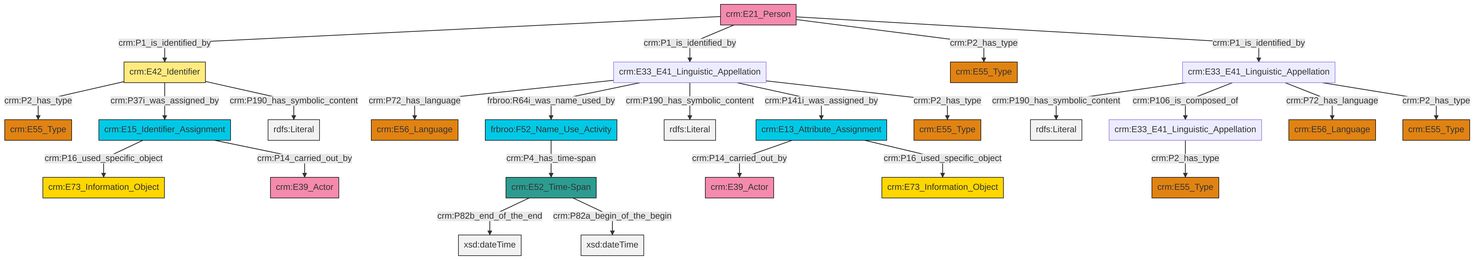
This is et/personCSV/ttl/mmd/png/Person_Names_and_Classification.png from swiss-art-research-net/docs.swissartresearch, a Mermaid export, as it was before one commit. Its source is kept beside it as et/personCSV/ttl/mmd/Person_Names_and_Classification.ttl.mmd.
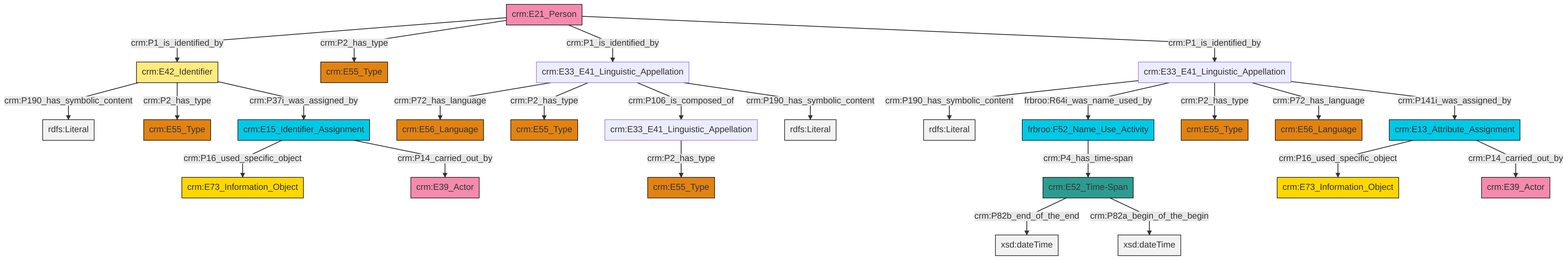
Later version of the same file.

What changed in the source:
```diff
@@ -13,27 +13,27 @@
 classDef PC_Classes fill:#4ce600, stroke:#000000;
 classDef Multi fill:#cccccc,stroke:#000000;
 
-0["crm:E33_E41_Linguistic_Appellation"]:::Default -->|crm:P2_has_type| 2["crm:E55_Type"]:::Type
-7["crm:E33_E41_Linguistic_Appellation"]:::Default -->|crm:P72_has_language| 8["crm:E56_Language"]:::Type
-9["crm:E15_Identifier_Assignment"]:::Temporal_Entity -->|crm:P16_used_specific_object| 10["crm:E73_Information_Object"]:::Conceptual_Object
-11["crm:E42_Identifier"]:::Appellation -->|crm:P2_has_type| 3["crm:E55_Type"]:::Type
-12["crm:E13_Attribute_Assignment"]:::Temporal_Entity -->|crm:P14_carried_out_by| 5["crm:E39_Actor"]:::Actor
-13["crm:E33_E41_Linguistic_Appellation"]:::Default -->|crm:P190_has_symbolic_content| 14[rdfs:Literal]:::Literal
-9["crm:E15_Identifier_Assignment"]:::Temporal_Entity -->|crm:P14_carried_out_by| 17["crm:E39_Actor"]:::Actor
-11["crm:E42_Identifier"]:::Appellation -->|crm:P37i_was_assigned_by| 9["crm:E15_Identifier_Assignment"]:::Temporal_Entity
-12["crm:E13_Attribute_Assignment"]:::Temporal_Entity -->|crm:P16_used_specific_object| 15["crm:E73_Information_Object"]:::Conceptual_Object
-20["crm:E21_Person"]:::Actor -->|crm:P1_is_identified_by| 11["crm:E42_Identifier"]:::Appellation
-7["crm:E33_E41_Linguistic_Appellation"]:::Default -->|frbroo:R64i_was_name_used_by| 21["frbroo:F52_Name_Use_Activity"]:::Temporal_Entity
-20["crm:E21_Person"]:::Actor -->|crm:P1_is_identified_by| 7["crm:E33_E41_Linguistic_Appellation"]:::Default
-20["crm:E21_Person"]:::Actor -->|crm:P2_has_type| 27["crm:E55_Type"]:::Type
-7["crm:E33_E41_Linguistic_Appellation"]:::Default -->|crm:P190_has_symbolic_content| 28[rdfs:Literal]:::Literal
-7["crm:E33_E41_Linguistic_Appellation"]:::Default -->|crm:P141i_was_assigned_by| 12["crm:E13_Attribute_Assignment"]:::Temporal_Entity
-24["crm:E52_Time-Span"]:::Time-Span -->|crm:P82b_end_of_the_end| 31[xsd:dateTime]:::Literal
-20["crm:E21_Person"]:::Actor -->|crm:P1_is_identified_by| 13["crm:E33_E41_Linguistic_Appellation"]:::Default
-11["crm:E42_Identifier"]:::Appellation -->|crm:P190_has_symbolic_content| 39[rdfs:Literal]:::Literal
-13["crm:E33_E41_Linguistic_Appellation"]:::Default -->|crm:P106_is_composed_of| 0["crm:E33_E41_Linguistic_Appellation"]:::Default
-24["crm:E52_Time-Span"]:::Time-Span -->|crm:P82a_begin_of_the_begin| 40[xsd:dateTime]:::Literal
-13["crm:E33_E41_Linguistic_Appellation"]:::Default -->|crm:P72_has_language| 41["crm:E56_Language"]:::Type
-7["crm:E33_E41_Linguistic_Appellation"]:::Default -->|crm:P2_has_type| 34["crm:E55_Type"]:::Type
-13["crm:E33_E41_Linguistic_Appellation"]:::Default -->|crm:P2_has_type| 18["crm:E55_Type"]:::Type
-21["frbroo:F52_Name_Use_Activity"]:::Temporal_Entity -->|crm:P4_has_time-span| 24["crm:E52_Time-Span"]:::Time-Span
+2["crm:E33_E41_Linguistic_Appellation"]:::Default -->|crm:P190_has_symbolic_content| 3[rdfs:Literal]:::Literal
+9["crm:E52_Time-Span"]:::Time-Span -->|crm:P82b_end_of_the_end| 10[xsd:dateTime]:::Literal
+5["crm:E33_E41_Linguistic_Appellation"]:::Default -->|crm:P2_has_type| 11["crm:E55_Type"]:::Type
+7["crm:E21_Person"]:::Actor -->|crm:P1_is_identified_by| 14["crm:E42_Identifier"]:::Appellation
+15["crm:E33_E41_Linguistic_Appellation"]:::Default -->|crm:P72_has_language| 16["crm:E56_Language"]:::Type
+18["frbroo:F52_Name_Use_Activity"]:::Temporal_Entity -->|crm:P4_has_time-span| 9["crm:E52_Time-Span"]:::Time-Span
+2["crm:E33_E41_Linguistic_Appellation"]:::Default -->|frbroo:R64i_was_name_used_by| 18["frbroo:F52_Name_Use_Activity"]:::Temporal_Entity
+14["crm:E42_Identifier"]:::Appellation -->|crm:P190_has_symbolic_content| 26[rdfs:Literal]:::Literal
+14["crm:E42_Identifier"]:::Appellation -->|crm:P2_has_type| 19["crm:E55_Type"]:::Type
+7["crm:E21_Person"]:::Actor -->|crm:P2_has_type| 27["crm:E55_Type"]:::Type
+15["crm:E33_E41_Linguistic_Appellation"]:::Default -->|crm:P2_has_type| 28["crm:E55_Type"]:::Type
+15["crm:E33_E41_Linguistic_Appellation"]:::Default -->|crm:P106_is_composed_of| 5["crm:E33_E41_Linguistic_Appellation"]:::Default
+7["crm:E21_Person"]:::Actor -->|crm:P1_is_identified_by| 15["crm:E33_E41_Linguistic_Appellation"]:::Default
+2["crm:E33_E41_Linguistic_Appellation"]:::Default -->|crm:P2_has_type| 12["crm:E55_Type"]:::Type
+14["crm:E42_Identifier"]:::Appellation -->|crm:P37i_was_assigned_by| 29["crm:E15_Identifier_Assignment"]:::Temporal_Entity
+9["crm:E52_Time-Span"]:::Time-Span -->|crm:P82a_begin_of_the_begin| 31[xsd:dateTime]:::Literal
+29["crm:E15_Identifier_Assignment"]:::Temporal_Entity -->|crm:P16_used_specific_object| 34["crm:E73_Information_Object"]:::Conceptual_Object
+2["crm:E33_E41_Linguistic_Appellation"]:::Default -->|crm:P72_has_language| 32["crm:E56_Language"]:::Type
+39["crm:E13_Attribute_Assignment"]:::Temporal_Entity -->|crm:P16_used_specific_object| 35["crm:E73_Information_Object"]:::Conceptual_Object
+2["crm:E33_E41_Linguistic_Appellation"]:::Default -->|crm:P141i_was_assigned_by| 39["crm:E13_Attribute_Assignment"]:::Temporal_Entity
+29["crm:E15_Identifier_Assignment"]:::Temporal_Entity -->|crm:P14_carried_out_by| 0["crm:E39_Actor"]:::Actor
+39["crm:E13_Attribute_Assignment"]:::Temporal_Entity -->|crm:P14_carried_out_by| 24["crm:E39_Actor"]:::Actor
+15["crm:E33_E41_Linguistic_Appellation"]:::Default -->|crm:P190_has_symbolic_content| 41[rdfs:Literal]:::Literal
+7["crm:E21_Person"]:::Actor -->|crm:P1_is_identified_by| 2["crm:E33_E41_Linguistic_Appellation"]:::Default
```
